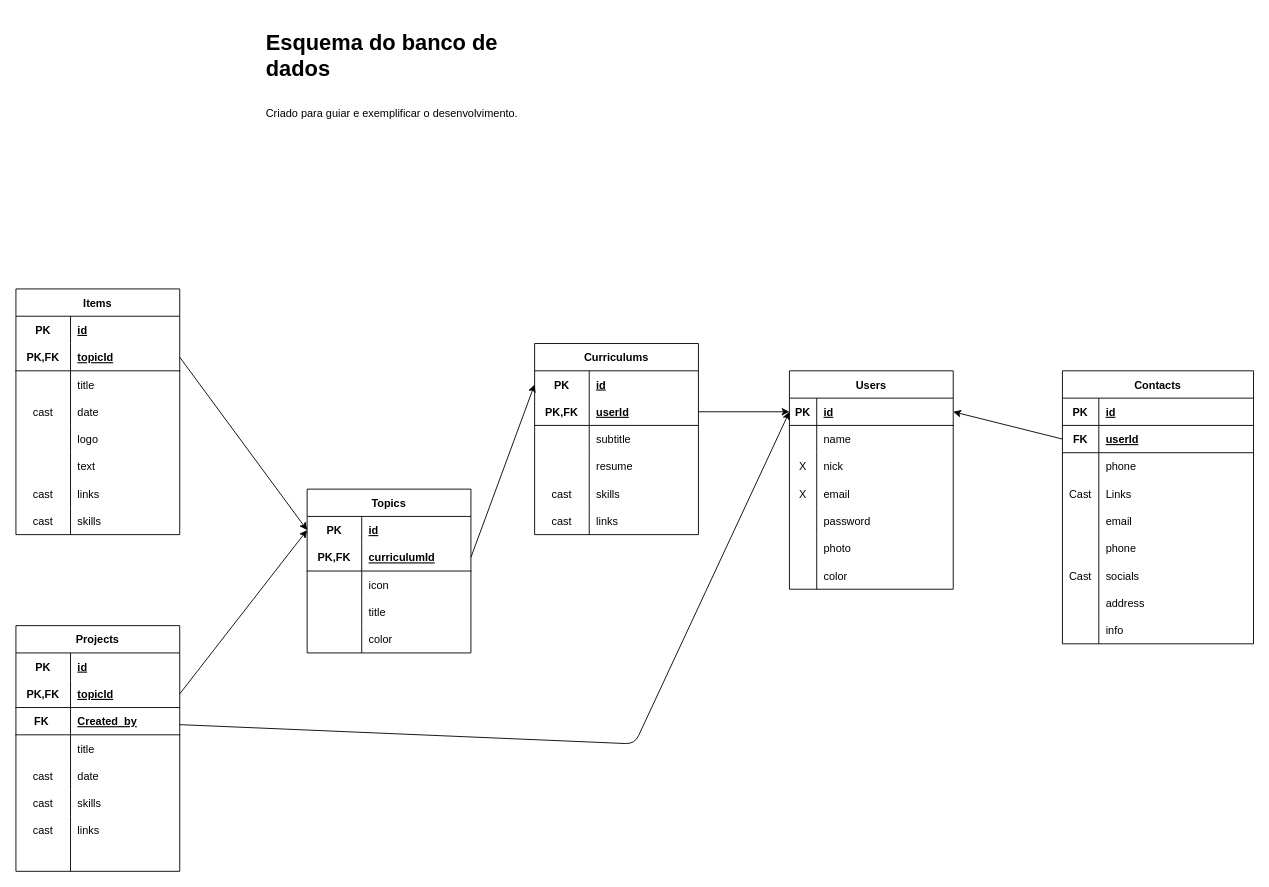
Doctorspeppers/site keeps this draw.io diagram as database/database-schematic.drawio. Above is the earlier version. Source tidied: cells renumbered, new cells numbered last; positions are measured from the earlier drawing's top-left corner, leaving out a move shared by most shapes. Both pictures are drawn from the tidied source at 91%, with x=0, y=0 at pixel (15, 25).
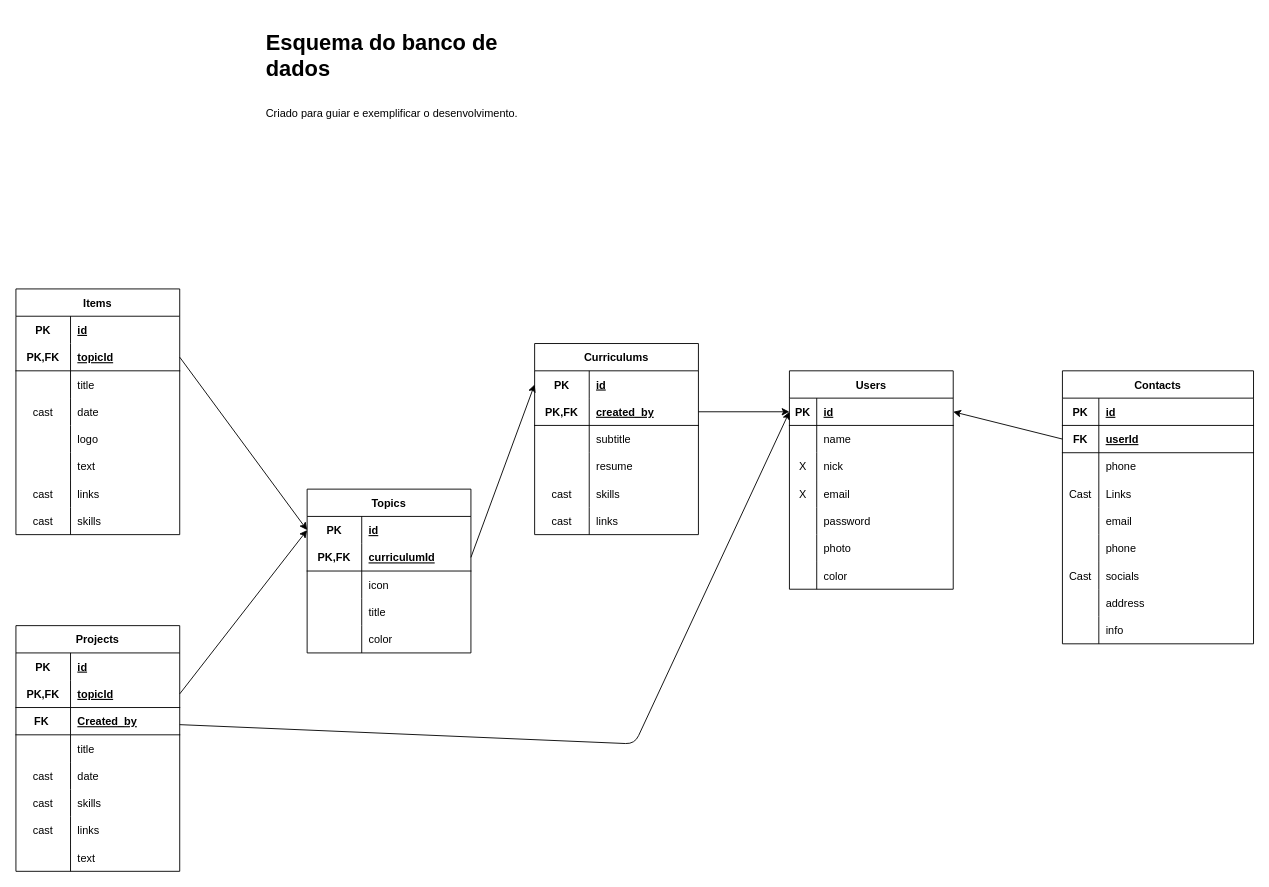
Above is the later version.

Unchanged cells that the change refers to:
```xml
<mxCell id="30" style="shape=tableRow;horizontal=0;startSize=0;swimlaneHead=0;swimlaneBody=0;fillColor=none;points=[[0,0.5],[1,0.5]];portConstraint=eastwest;top=0;left=0;right=0;bottom=1;shadow=0;labelBackgroundColor=default;" parent="26" vertex="1">
  <mxGeometry y="60" width="180" height="30" as="geometry" />
</mxCell>
<mxCell id="110" style="shape=tableRow;horizontal=0;startSize=0;swimlaneHead=0;swimlaneBody=0;fillColor=none;top=0;left=0;right=0;bottom=0;shadow=0;labelBackgroundColor=default;" parent="88" vertex="1">
  <mxGeometry y="240" width="180" height="30" as="geometry" />
</mxCell>
```

Change to the diagram source:
```diff
@@
-    <mxCell id="32" value="userId" style="shape=partialRectangle;fillColor=none;top=0;left=0;bottom=0;right=0;align=left;spacingLeft=6;fontStyle=5;overflow=hidden;shadow=0;labelBackgroundColor=default;" parent="30" vertex="1">
+    <mxCell id="32" value="created_by" style="shape=partialRectangle;fillColor=none;top=0;left=0;bottom=0;right=0;align=left;spacingLeft=6;fontStyle=5;overflow=hidden;shadow=0;labelBackgroundColor=default;" parent="30" vertex="1">
       <mxGeometry x="60" width="120" height="30" as="geometry" />
     </mxCell>
@@
-    <mxCell id="111" style="shape=partialRectangle;fillColor=none;top=0;left=0;bottom=0;right=0;overflow=hidden;shadow=0;labelBackgroundColor=default;" parent="110" vertex="1">
+    <mxCell id="111" value="    " style="shape=partialRectangle;fillColor=none;top=0;left=0;bottom=0;right=0;overflow=hidden;shadow=0;labelBackgroundColor=default;" parent="110" vertex="1">
       <mxGeometry width="60" height="30" as="geometry" />
     </mxCell>
-    <mxCell id="112" style="shape=partialRectangle;fillColor=none;top=0;left=0;bottom=0;right=0;align=left;spacingLeft=6;overflow=hidden;shadow=0;labelBackgroundColor=default;" parent="110" vertex="1">
+    <mxCell id="112" value="text" style="shape=partialRectangle;fillColor=none;top=0;left=0;bottom=0;right=0;align=left;spacingLeft=6;overflow=hidden;shadow=0;labelBackgroundColor=default;" parent="110" vertex="1">
       <mxGeometry x="60" width="120" height="30" as="geometry" />
     </mxCell>
```
